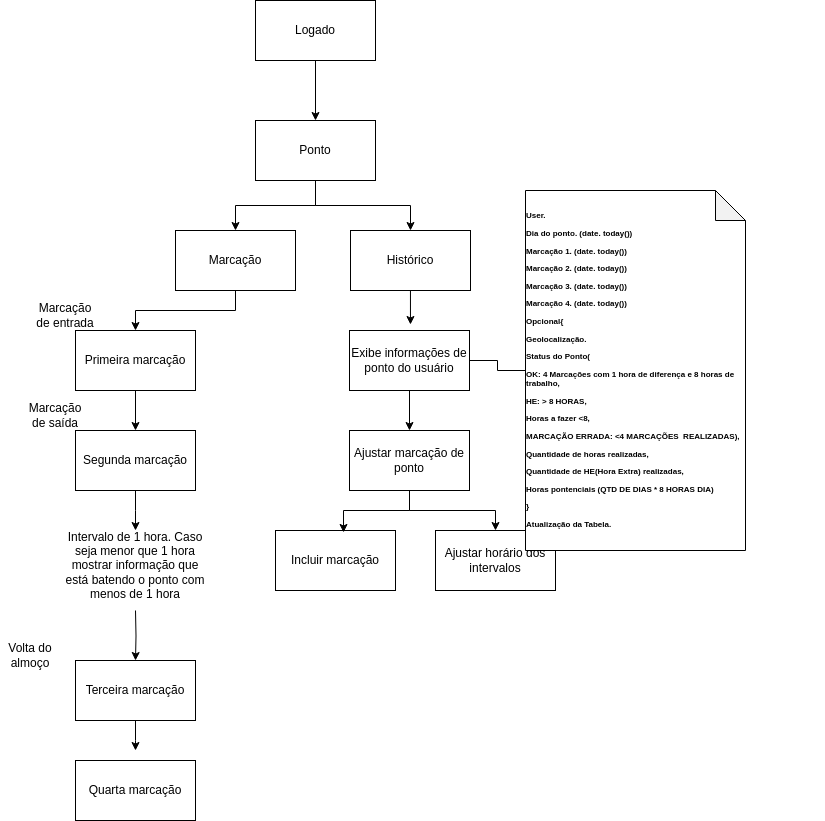
This is imagens/processo.png from FiapGffGrupo30/hackathon, a draw.io export, as it was before one commit. Source tidied: cells renumbered, new cells last; positions are measured from the earlier drawing's top-left corner, leaving out a move shared by most shapes. Source of this version:
```xml
<mxGraphModel>
  <root>
    <mxCell id="0" />
    <mxCell id="1" parent="0" />
    <mxCell id="2" style="edgeStyle=orthogonalEdgeStyle;rounded=0;jettySize=auto;html=1;" parent="1" edge="1" source="3" target="6">
      <mxGeometry relative="1" as="geometry" />
    </mxCell>
    <mxCell id="3" value="Logado" style="rounded=0;whiteSpace=wrap;html=1;" parent="1" vertex="1">
      <mxGeometry x="255" width="120" height="60" as="geometry" />
    </mxCell>
    <mxCell id="4" style="edgeStyle=orthogonalEdgeStyle;rounded=0;jettySize=auto;html=1;entryX=0.5;entryY=0;entryDx=0;entryDy=0;" parent="1" edge="1" source="6" target="8">
      <mxGeometry relative="1" as="geometry" />
    </mxCell>
    <mxCell id="5" style="edgeStyle=orthogonalEdgeStyle;rounded=0;jettySize=auto;html=1;entryX=0.5;entryY=0;entryDx=0;entryDy=0;" parent="1" edge="1" source="6" target="9">
      <mxGeometry relative="1" as="geometry" />
    </mxCell>
    <mxCell id="6" value="Ponto" style="rounded=0;whiteSpace=wrap;html=1;" parent="1" vertex="1">
      <mxGeometry x="255" y="120" width="120" height="60" as="geometry" />
    </mxCell>
    <mxCell id="7" style="edgeStyle=orthogonalEdgeStyle;rounded=0;jettySize=auto;html=1;entryX=0.5;entryY=0;entryDx=0;entryDy=0;" parent="1" edge="1" source="8" target="20">
      <mxGeometry relative="1" as="geometry" />
    </mxCell>
    <mxCell id="8" value="Marcação" style="rounded=0;whiteSpace=wrap;html=1;" parent="1" vertex="1">
      <mxGeometry x="175" y="230" width="120" height="60" as="geometry" />
    </mxCell>
    <mxCell id="9" value="Histórico" style="rounded=0;whiteSpace=wrap;html=1;" parent="1" vertex="1">
      <mxGeometry x="350" y="230" width="120" height="60" as="geometry" />
    </mxCell>
    <mxCell id="10" style="edgeStyle=orthogonalEdgeStyle;rounded=0;jettySize=auto;html=1;" parent="1" edge="1" source="12" target="15">
      <mxGeometry relative="1" as="geometry" />
    </mxCell>
    <mxCell id="11" style="edgeStyle=orthogonalEdgeStyle;rounded=0;jettySize=auto;html=1;endArrow=none;endFill=0;" parent="1" edge="1" source="12" target="26">
      <mxGeometry relative="1" as="geometry" />
    </mxCell>
    <mxCell id="12" value="Exibe informações de ponto do usuário" style="rounded=0;whiteSpace=wrap;html=1;" parent="1" vertex="1">
      <mxGeometry x="349" y="330" width="120" height="60" as="geometry" />
    </mxCell>
    <mxCell id="13" style="edgeStyle=orthogonalEdgeStyle;rounded=0;jettySize=auto;html=1;entryX=0.508;entryY=-0.1;entryDx=0;entryDy=0;entryPerimeter=0;" parent="1" edge="1" source="9" target="12">
      <mxGeometry relative="1" as="geometry" />
    </mxCell>
    <mxCell id="14" style="edgeStyle=orthogonalEdgeStyle;rounded=0;jettySize=auto;html=1;" parent="1" edge="1" source="15" target="18">
      <mxGeometry relative="1" as="geometry" />
    </mxCell>
    <mxCell id="15" value="Ajustar marcação de ponto" style="rounded=0;whiteSpace=wrap;html=1;" parent="1" vertex="1">
      <mxGeometry x="349" y="430" width="120" height="60" as="geometry" />
    </mxCell>
    <mxCell id="16" value="Incluir marcação" style="rounded=0;whiteSpace=wrap;html=1;" parent="1" vertex="1">
      <mxGeometry x="275" y="530" width="120" height="60" as="geometry" />
    </mxCell>
    <mxCell id="17" style="edgeStyle=orthogonalEdgeStyle;rounded=0;jettySize=auto;html=1;entryX=0.567;entryY=0.033;entryDx=0;entryDy=0;entryPerimeter=0;" parent="1" edge="1" source="15" target="16">
      <mxGeometry relative="1" as="geometry" />
    </mxCell>
    <mxCell id="18" value="Ajustar horário dos intervalos" style="rounded=0;whiteSpace=wrap;html=1;" parent="1" vertex="1">
      <mxGeometry x="435" y="530" width="120" height="60" as="geometry" />
    </mxCell>
    <mxCell id="19" style="edgeStyle=orthogonalEdgeStyle;rounded=0;jettySize=auto;html=1;entryX=0.5;entryY=0;entryDx=0;entryDy=0;" parent="1" edge="1" source="20" target="22">
      <mxGeometry relative="1" as="geometry" />
    </mxCell>
    <mxCell id="20" value="Primeira marcação" style="rounded=0;whiteSpace=wrap;html=1;" parent="1" vertex="1">
      <mxGeometry x="75" y="330" width="120" height="60" as="geometry" />
    </mxCell>
    <mxCell id="21" style="edgeStyle=orthogonalEdgeStyle;rounded=0;jettySize=auto;html=1;" parent="1" edge="1" source="22">
      <mxGeometry relative="1" as="geometry">
        <mxPoint x="135" y="530" as="targetPoint" />
      </mxGeometry>
    </mxCell>
    <mxCell id="22" value="Segunda marcação" style="rounded=0;whiteSpace=wrap;html=1;" parent="1" vertex="1">
      <mxGeometry x="75" y="430" width="120" height="60" as="geometry" />
    </mxCell>
    <mxCell id="23" value="Marcação de entrada" style="text;html=1;align=center;verticalAlign=middle;whiteSpace=wrap;rounded=0;" parent="1" vertex="1">
      <mxGeometry x="35" y="300" width="60" height="30" as="geometry" />
    </mxCell>
    <mxCell id="24" value="Marcação de saída" style="text;html=1;align=center;verticalAlign=middle;whiteSpace=wrap;rounded=0;" parent="1" vertex="1">
      <mxGeometry x="25" y="400" width="60" height="30" as="geometry" />
    </mxCell>
    <mxCell id="25" value="&lt;h1 style=&quot;margin-top: 0px; font-size: 8px;&quot;&gt;&lt;p style=&quot;&quot;&gt;&lt;br&gt;&lt;/p&gt;&lt;/h1&gt;" style="text;html=1;whiteSpace=wrap;overflow=hidden;rounded=0;" parent="1" vertex="1">
      <mxGeometry x="575" y="210" width="250" height="340" as="geometry" />
    </mxCell>
    <mxCell id="26" value="&lt;h1 style=&quot;text-align: left; margin-top: 0px; font-size: 8px;&quot;&gt;&lt;p&gt;User.&lt;/p&gt;&lt;p&gt;Dia do ponto. (&lt;strong&gt;date.&lt;/strong&gt;&amp;nbsp;&lt;strong&gt;today()&lt;/strong&gt;)&lt;/p&gt;&lt;p&gt;Marcação 1.&amp;nbsp;(&lt;strong&gt;date.&lt;/strong&gt;&amp;nbsp;&lt;strong&gt;today()&lt;/strong&gt;)&lt;/p&gt;&lt;p&gt;Marcação 2. (&lt;strong&gt;date.&lt;/strong&gt;&amp;nbsp;&lt;strong&gt;today()&lt;/strong&gt;)&lt;/p&gt;&lt;p&gt;Marcação 3. (&lt;strong&gt;date.&lt;/strong&gt;&amp;nbsp;&lt;strong&gt;today()&lt;/strong&gt;)&lt;/p&gt;&lt;p&gt;Marcação 4. (&lt;strong&gt;date.&lt;/strong&gt;&amp;nbsp;&lt;strong&gt;today()&lt;/strong&gt;)&lt;/p&gt;&lt;p&gt;Opcional{&lt;/p&gt;&lt;p&gt;Geolocalização.&lt;/p&gt;&lt;p&gt;Status do Ponto(&lt;/p&gt;&lt;p&gt;OK: 4 Marcações com 1 hora de diferença e 8 horas de trabalho,&lt;/p&gt;&lt;p&gt;HE: &amp;gt; 8 HORAS,&lt;/p&gt;&lt;p&gt;Horas a fazer &amp;lt;8,&lt;/p&gt;&lt;p&gt;MARCAÇÃO ERRADA: &amp;lt;4 MARCAÇÕES&amp;nbsp; REALIZADAS),&lt;/p&gt;&lt;p&gt;Quantidade de horas realizadas,&lt;/p&gt;&lt;p&gt;Quantidade de HE(Hora Extra) realizadas,&lt;/p&gt;&lt;p&gt;Horas pontenciais (QTD DE DIAS * 8 HORAS DIA)&lt;/p&gt;&lt;p&gt;}&lt;/p&gt;&lt;p&gt;Atualização da Tabela.&lt;/p&gt;&lt;/h1&gt;" style="shape=note;whiteSpace=wrap;html=1;backgroundOutline=1;darkOpacity=0.05;" parent="1" vertex="1">
      <mxGeometry x="525" y="190" width="220" height="360" as="geometry" />
    </mxCell>
    <mxCell id="27" style="edgeStyle=orthogonalEdgeStyle;rounded=0;jettySize=auto;html=1;entryX=0.5;entryY=0;entryDx=0;entryDy=0;" parent="1" edge="1" target="30">
      <mxGeometry relative="1" as="geometry">
        <mxPoint x="135" y="610" as="sourcePoint" />
      </mxGeometry>
    </mxCell>
    <mxCell id="28" value="Intervalo de 1 hora. Caso seja menor que 1 hora mostrar informação que está batendo o ponto com menos de 1 hora" style="text;html=1;align=center;verticalAlign=middle;whiteSpace=wrap;rounded=0;" parent="1" vertex="1">
      <mxGeometry x="60" y="540" width="150" height="50" as="geometry" />
    </mxCell>
    <mxCell id="29" style="edgeStyle=orthogonalEdgeStyle;rounded=0;jettySize=auto;html=1;" parent="1" edge="1" source="30">
      <mxGeometry relative="1" as="geometry">
        <mxPoint x="135" y="750" as="targetPoint" />
      </mxGeometry>
    </mxCell>
    <mxCell id="30" value="Terceira marcação" style="rounded=0;whiteSpace=wrap;html=1;" parent="1" vertex="1">
      <mxGeometry x="75" y="660" width="120" height="60" as="geometry" />
    </mxCell>
    <mxCell id="31" value="Volta do almoço" style="text;html=1;align=center;verticalAlign=middle;whiteSpace=wrap;rounded=0;" parent="1" vertex="1">
      <mxGeometry y="640" width="60" height="30" as="geometry" />
    </mxCell>
    <mxCell id="32" value="Quarta marcação" style="rounded=0;whiteSpace=wrap;html=1;" parent="1" vertex="1">
      <mxGeometry x="75" y="760" width="120" height="60" as="geometry" />
    </mxCell>
  </root>
</mxGraphModel>
```
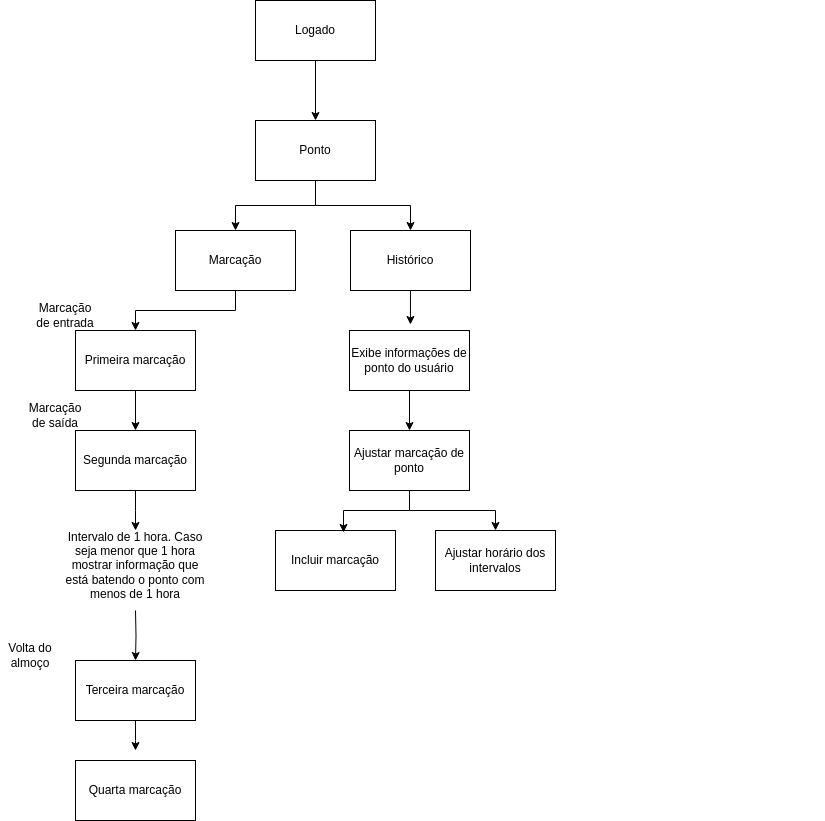
The same diagram one commit later.

Change to the diagram source:
```diff
@@ -29,9 +29,6 @@
     <mxCell id="10" style="edgeStyle=orthogonalEdgeStyle;rounded=0;jettySize=auto;html=1;" parent="1" edge="1" source="12" target="15">
       <mxGeometry relative="1" as="geometry" />
     </mxCell>
-    <mxCell id="11" style="edgeStyle=orthogonalEdgeStyle;rounded=0;jettySize=auto;html=1;endArrow=none;endFill=0;" parent="1" edge="1" source="12" target="26">
-      <mxGeometry relative="1" as="geometry" />
-    </mxCell>
     <mxCell id="12" value="Exibe informações de ponto do usuário" style="rounded=0;whiteSpace=wrap;html=1;" parent="1" vertex="1">
       <mxGeometry x="349" y="330" width="120" height="60" as="geometry" />
     </mxCell>
@@ -76,9 +73,6 @@
     <mxCell id="25" value="&lt;h1 style=&quot;margin-top: 0px; font-size: 8px;&quot;&gt;&lt;p style=&quot;&quot;&gt;&lt;br&gt;&lt;/p&gt;&lt;/h1&gt;" style="text;html=1;whiteSpace=wrap;overflow=hidden;rounded=0;" parent="1" vertex="1">
       <mxGeometry x="575" y="210" width="250" height="340" as="geometry" />
     </mxCell>
-    <mxCell id="26" value="&lt;h1 style=&quot;text-align: left; margin-top: 0px; font-size: 8px;&quot;&gt;&lt;p&gt;User.&lt;/p&gt;&lt;p&gt;Dia do ponto. (&lt;strong&gt;date.&lt;/strong&gt;&amp;nbsp;&lt;strong&gt;today()&lt;/strong&gt;)&lt;/p&gt;&lt;p&gt;Marcação 1.&amp;nbsp;(&lt;strong&gt;date.&lt;/strong&gt;&amp;nbsp;&lt;strong&gt;today()&lt;/strong&gt;)&lt;/p&gt;&lt;p&gt;Marcação 2. (&lt;strong&gt;date.&lt;/strong&gt;&amp;nbsp;&lt;strong&gt;today()&lt;/strong&gt;)&lt;/p&gt;&lt;p&gt;Marcação 3. (&lt;strong&gt;date.&lt;/strong&gt;&amp;nbsp;&lt;strong&gt;today()&lt;/strong&gt;)&lt;/p&gt;&lt;p&gt;Marcação 4. (&lt;strong&gt;date.&lt;/strong&gt;&amp;nbsp;&lt;strong&gt;today()&lt;/strong&gt;)&lt;/p&gt;&lt;p&gt;Opcional{&lt;/p&gt;&lt;p&gt;Geolocalização.&lt;/p&gt;&lt;p&gt;Status do Ponto(&lt;/p&gt;&lt;p&gt;OK: 4 Marcações com 1 hora de diferença e 8 horas de trabalho,&lt;/p&gt;&lt;p&gt;HE: &amp;gt; 8 HORAS,&lt;/p&gt;&lt;p&gt;Horas a fazer &amp;lt;8,&lt;/p&gt;&lt;p&gt;MARCAÇÃO ERRADA: &amp;lt;4 MARCAÇÕES&amp;nbsp; REALIZADAS),&lt;/p&gt;&lt;p&gt;Quantidade de horas realizadas,&lt;/p&gt;&lt;p&gt;Quantidade de HE(Hora Extra) realizadas,&lt;/p&gt;&lt;p&gt;Horas pontenciais (QTD DE DIAS * 8 HORAS DIA)&lt;/p&gt;&lt;p&gt;}&lt;/p&gt;&lt;p&gt;Atualização da Tabela.&lt;/p&gt;&lt;/h1&gt;" style="shape=note;whiteSpace=wrap;html=1;backgroundOutline=1;darkOpacity=0.05;" parent="1" vertex="1">
-      <mxGeometry x="525" y="190" width="220" height="360" as="geometry" />
-    </mxCell>
     <mxCell id="27" style="edgeStyle=orthogonalEdgeStyle;rounded=0;jettySize=auto;html=1;entryX=0.5;entryY=0;entryDx=0;entryDy=0;" parent="1" edge="1" target="30">
       <mxGeometry relative="1" as="geometry">
         <mxPoint x="135" y="610" as="sourcePoint" />
```
